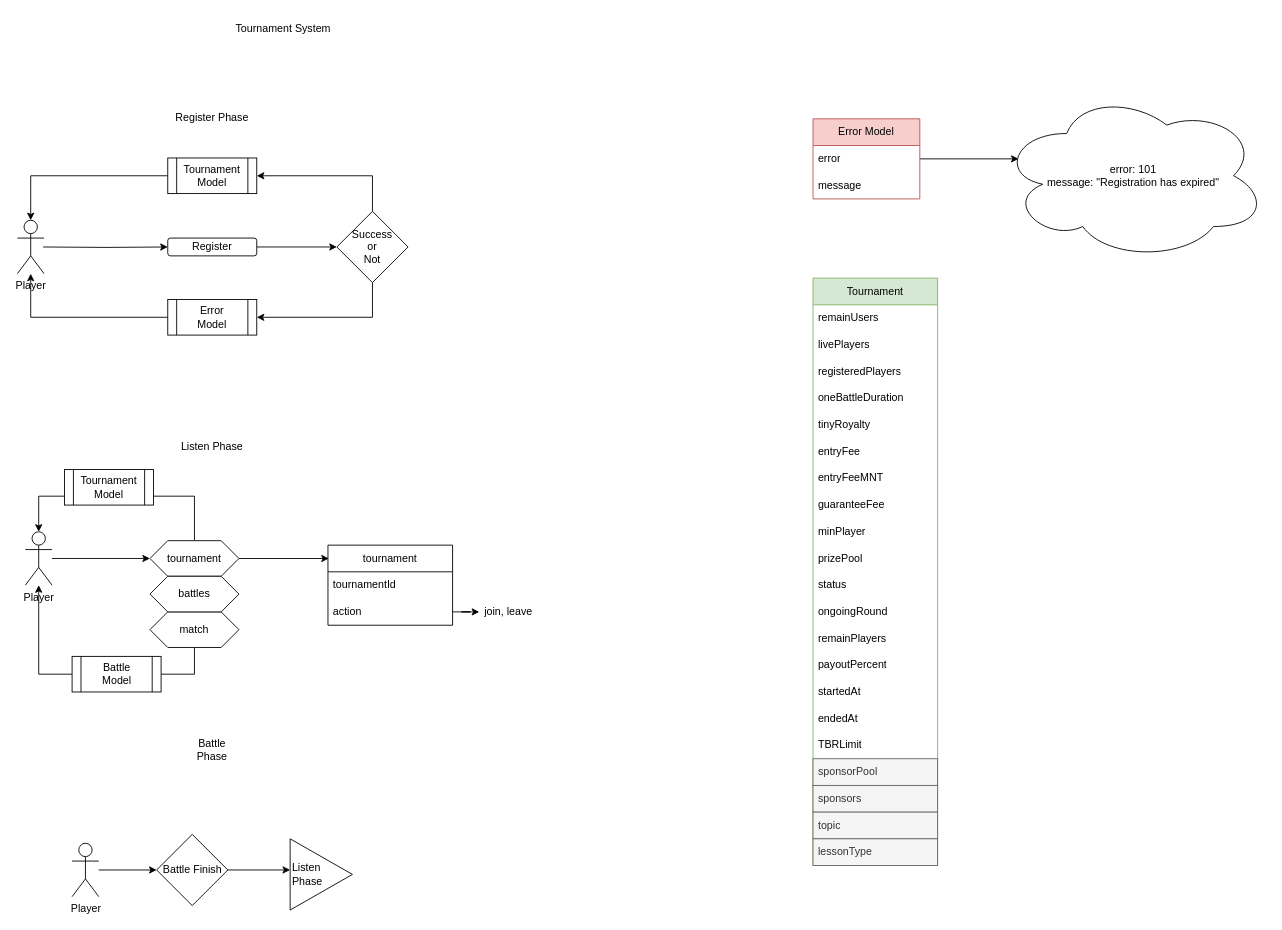
Before: drawio/Tournament.drawio in Tomujin-Digital/tiny, a draw.io diagram. Source tidied: cells renumbered, new cells numbered last; positions are measured from the earlier drawing's top-left corner, leaving out a move shared by most shapes. Both pictures are drawn from the tidied source at 89%, with x=0, y=0 at pixel (17, 15).
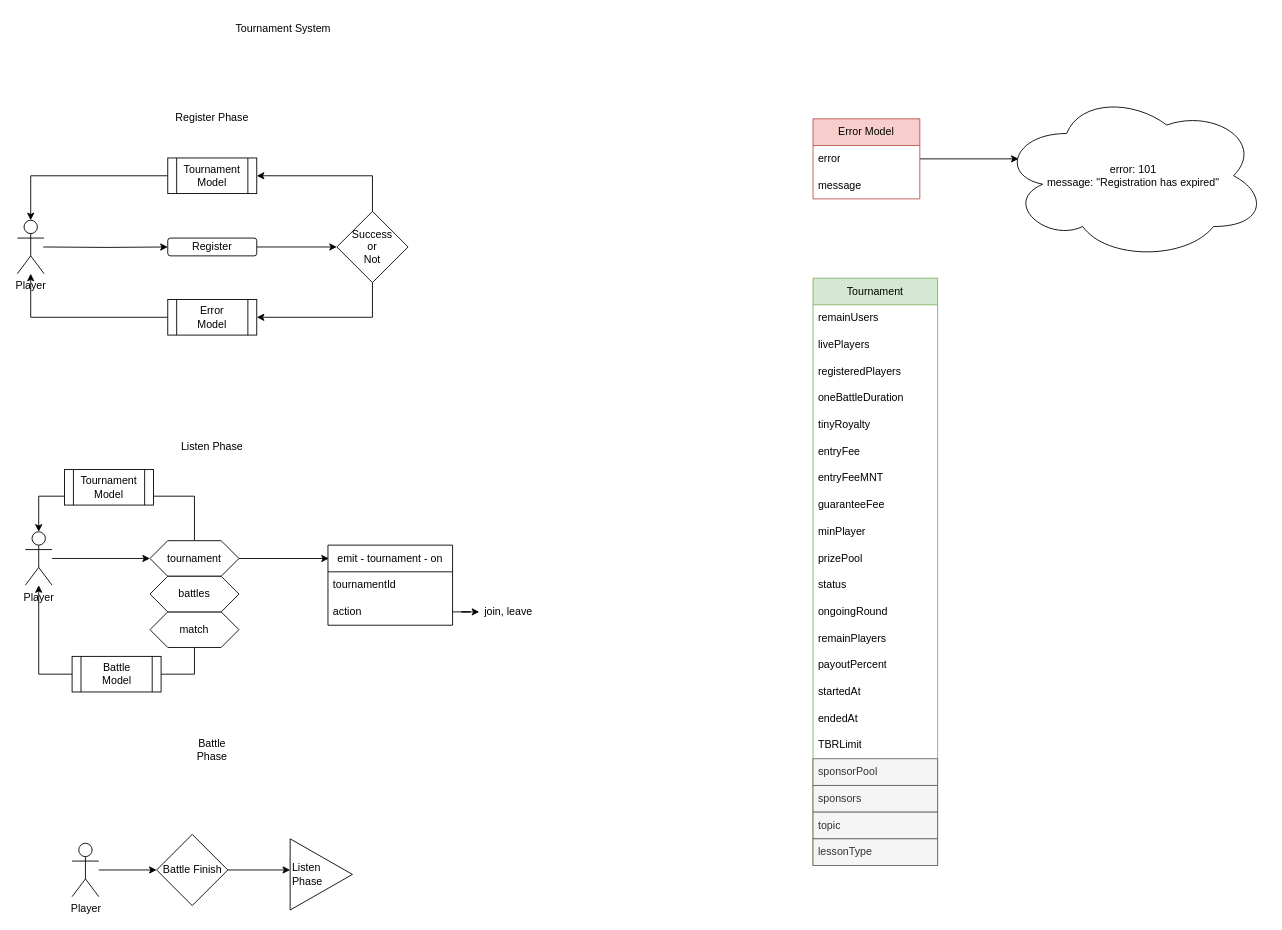
Above is the later version.

The edit, as a diff of the source:
```diff
@@
-    <mxCell id="48" value="tournament" style="swimlane;fontStyle=0;horizontal=1;startSize=30;whiteSpace=wrap;html=1;" parent="1" vertex="1">
+    <mxCell id="48" value="emit - tournament - on" style="swimlane;fontStyle=0;horizontal=1;startSize=30;whiteSpace=wrap;html=1;" parent="1" vertex="1">
       <mxGeometry x="349" y="595" width="140" height="90" as="geometry" />
     </mxCell>
```
